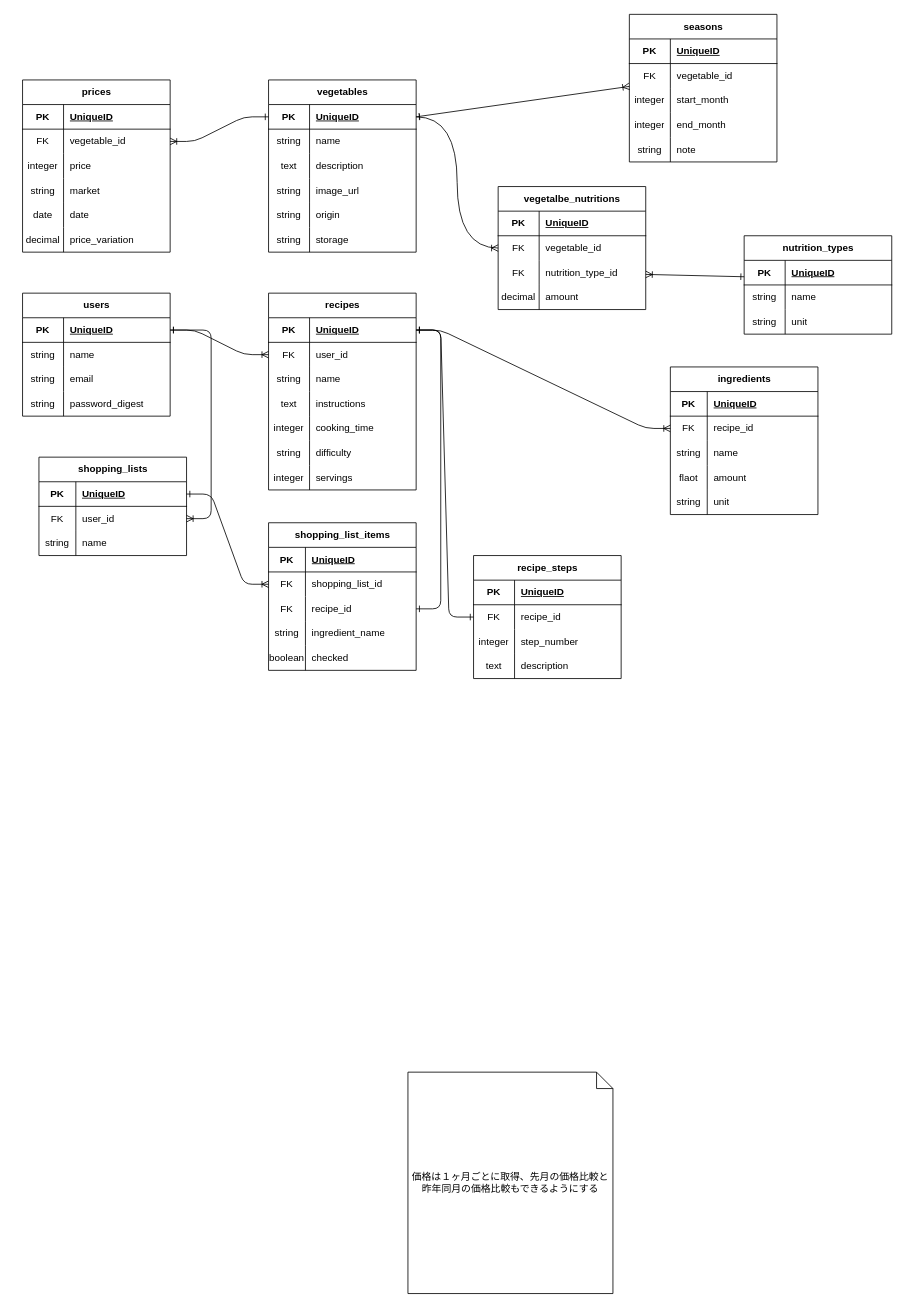
Before: vegeguide.dio in pekoemood/vegeguide-docs, a draw.io diagram. Source tidied: cells renumbered, new cells numbered last; positions are measured from the earlier drawing's top-left corner, leaving out a move shared by most shapes. Both pictures are drawn from the tidied source at 82%, with x=0, y=0 at pixel (14, 14).
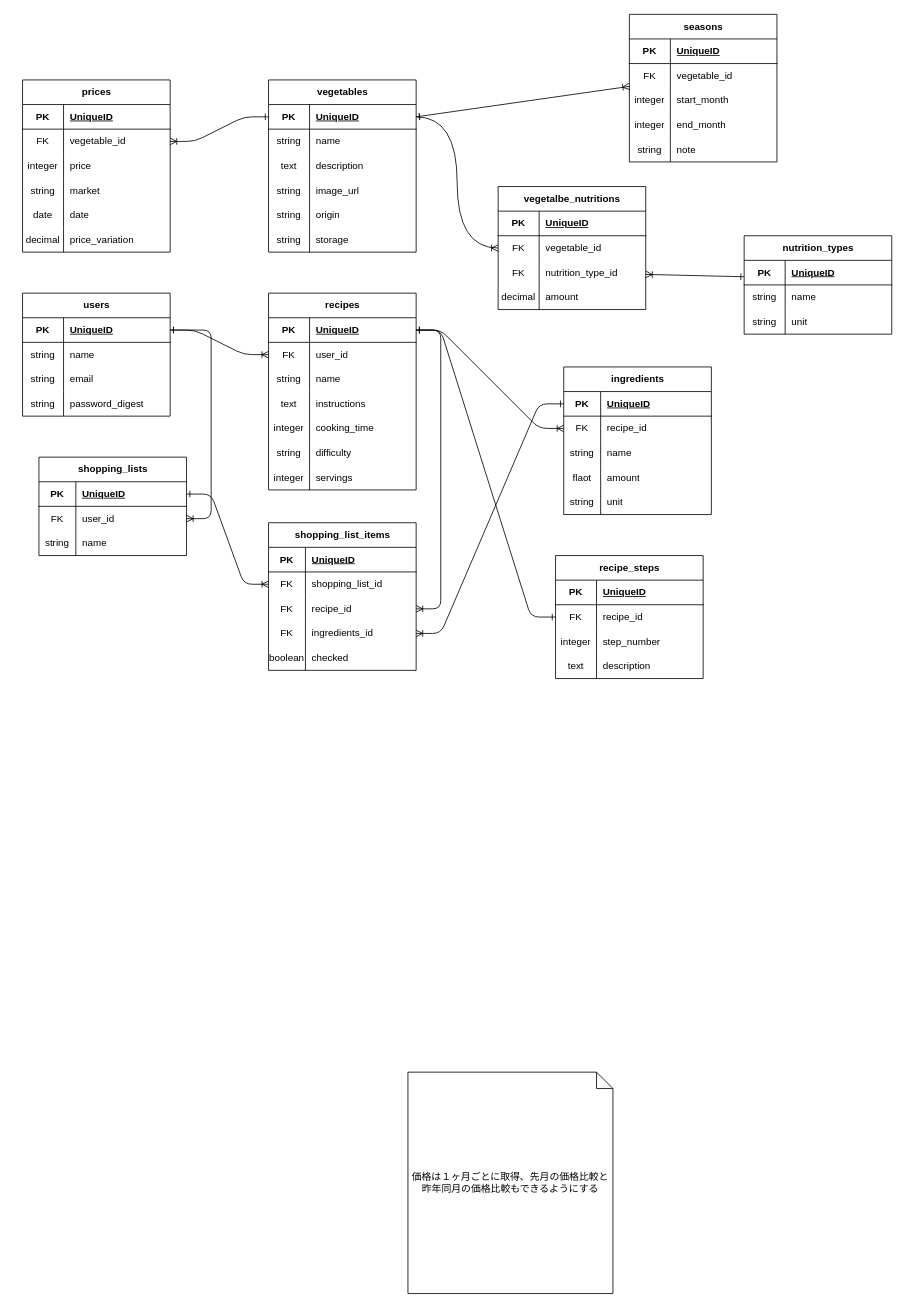
The same page after the edit.

Unchanged cells that the change refers to:
```xml
<mxCell id="54" style="shape=tableRow;horizontal=0;startSize=0;swimlaneHead=0;swimlaneBody=0;fillColor=none;points=[[0,0.5],[1,0.5]];portConstraint=eastwest;top=0;left=0;right=0;bottom=1;" parent="53" vertex="1">
  <mxGeometry y="30" width="180" height="30" as="geometry" />
</mxCell>
<mxCell id="88" style="shape=tableRow;horizontal=0;startSize=0;swimlaneHead=0;swimlaneBody=0;fillColor=none;points=[[0,0.5],[1,0.5]];portConstraint=eastwest;top=0;left=0;right=0;bottom=1;" parent="87" vertex="1">
  <mxGeometry y="30" width="180" height="30" as="geometry" />
</mxCell>
<mxCell id="155" style="shape=tableRow;horizontal=0;startSize=0;swimlaneHead=0;swimlaneBody=0;fillColor=none;points=[[0,0.5],[1,0.5]];portConstraint=eastwest;top=0;left=0;right=0;bottom=0;" parent="148" vertex="1">
  <mxGeometry y="90" width="180" height="30" as="geometry" />
</mxCell>
<mxCell id="158" style="shape=tableRow;horizontal=0;startSize=0;swimlaneHead=0;swimlaneBody=0;fillColor=none;points=[[0,0.5],[1,0.5]];portConstraint=eastwest;top=0;left=0;right=0;bottom=0;" parent="148" vertex="1">
  <mxGeometry y="120" width="180" height="30" as="geometry" />
</mxCell>
```

The edit, as a diff of the source:
```diff
@@
-    <mxCell id="87" value="ingredients" style="shape=table;startSize=30;childLayout=tableLayout;rowLines=0;fontStyle=1;align=center;html=1;" parent="1" vertex="1">
-      <mxGeometry x="800" y="430" width="180" height="180" as="geometry" />
+    <mxCell id="87" value="&lt;span style=&quot;background-color: transparent;&quot;&gt;ingredients&lt;/span&gt;" style="shape=table;startSize=30;childLayout=tableLayout;rowLines=0;fontStyle=1;align=center;html=1;" parent="1" vertex="1">
+      <mxGeometry x="670" y="430" width="180" height="180" as="geometry" />
     </mxCell>
@@
     <mxCell id="104" value="recipe_steps" style="shape=table;startSize=30;childLayout=tableLayout;rowLines=0;fontStyle=1;align=center;html=1;" parent="1" vertex="1">
-      <mxGeometry x="560" y="660" width="180" height="150" as="geometry" />
+      <mxGeometry x="660" y="660" width="180" height="150" as="geometry" />
     </mxCell>
@@
-    <mxCell id="159" value="string" style="shape=partialRectangle;fillColor=none;top=0;left=0;bottom=0;right=0;overflow=hidden;whiteSpace=wrap;html=1;" parent="158" vertex="1">
+    <mxCell id="159" value="FK" style="shape=partialRectangle;fillColor=none;top=0;left=0;bottom=0;right=0;overflow=hidden;whiteSpace=wrap;html=1;" parent="158" vertex="1">
       <mxGeometry width="45" height="30" as="geometry" />
     </mxCell>
-    <mxCell id="160" value="ingredient_name" style="shape=partialRectangle;fillColor=none;top=0;left=0;bottom=0;right=0;align=left;spacingLeft=6;overflow=hidden;whiteSpace=wrap;html=1;" parent="158" vertex="1">
+    <mxCell id="160" value="ingredients_id" style="shape=partialRectangle;fillColor=none;top=0;left=0;bottom=0;right=0;align=left;spacingLeft=6;overflow=hidden;whiteSpace=wrap;html=1;" parent="158" vertex="1">
       <mxGeometry x="45" width="135" height="30" as="geometry" />
     </mxCell>
@@
-    <mxCell id="165" style="edgeStyle=entityRelationEdgeStyle;fontSize=12;html=1;endArrow=ERone;startArrow=ERone;startFill=0;endFill=0;" parent="1" edge="1" source="54" target="155">
+    <mxCell id="165" style="edgeStyle=entityRelationEdgeStyle;fontSize=12;html=1;endArrow=ERoneToMany;startArrow=ERone;startFill=0;endFill=0;" parent="1" edge="1" source="54" target="155">
       <mxGeometry relative="1" as="geometry">
         <Array as="points">
           <mxPoint x="520" y="580" />
           <mxPoint x="730" y="460" />
           <mxPoint x="690" y="460" />
         </Array>
       </mxGeometry>
     </mxCell>
@@
+    <mxCell id="181" style="edgeStyle=entityRelationEdgeStyle;fontSize=12;html=1;endArrow=ERoneToMany;startArrow=ERone;startFill=0;endFill=0;" parent="1" edge="1" source="88" target="158">
+      <mxGeometry relative="1" as="geometry">
+        <Array as="points">
+          <mxPoint x="530" y="590" />
+          <mxPoint x="740" y="470" />
+          <mxPoint x="700" y="470" />
+        </Array>
+      </mxGeometry>
+    </mxCell>
```
